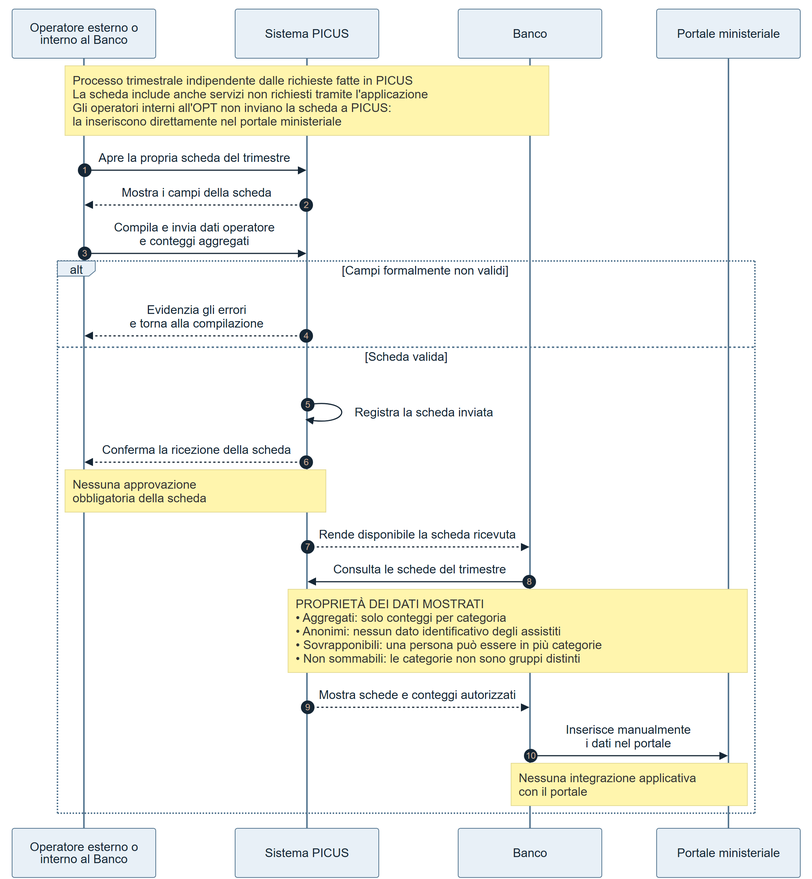
Pinguini-alla-Fragola/Progetto-SAD keeps this Mermaid diagram as docs/requirements/diagrams/to-be/TOBE-02-rendicontazione.png. Above is the earlier version. Its source is kept beside it as docs/requirements/diagrams/to-be/TOBE-02-rendicontazione.mmd.
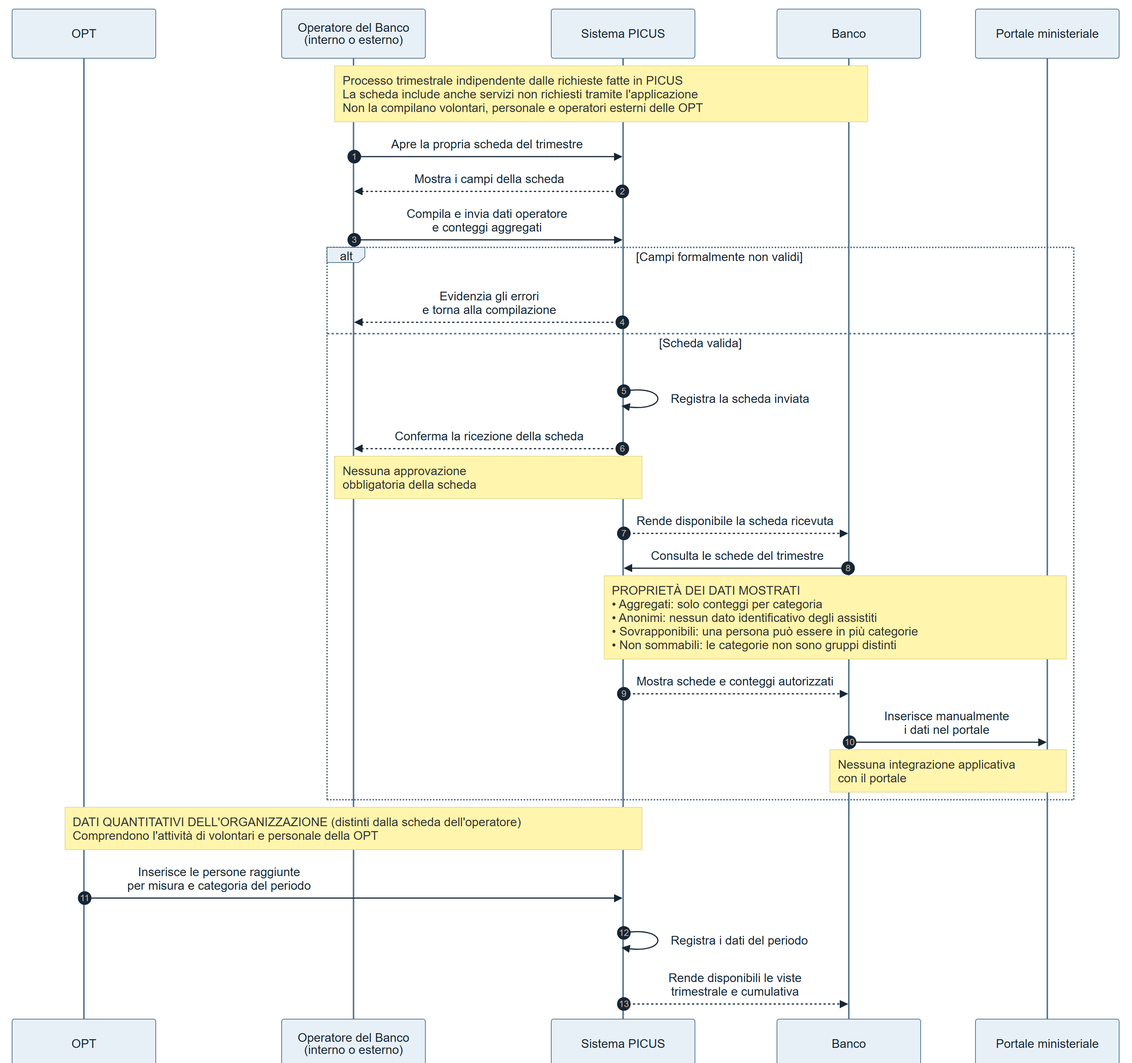
After the change.

The edit, as a diff of the source:
```diff
@@ -5,12 +5,13 @@
 ---
 sequenceDiagram
     autonumber
-    participant O as Operatore esterno o interno al Banco
+    participant R as OPT
+    participant O as Operatore del Banco<br/>(interno o esterno)
     participant S as Sistema PICUS
     participant B as Banco
     participant M as Portale ministeriale
 
-    Note over O,B: Processo trimestrale indipendente dalle richieste fatte in PICUS<br/>La scheda include anche servizi non richiesti tramite l'applicazione<br/>Gli operatori interni all'OPT non inviano la scheda a PICUS:<br/>la inseriscono direttamente nel portale ministeriale
+    Note over O,B: Processo trimestrale indipendente dalle richieste fatte in PICUS<br/>La scheda include anche servizi non richiesti tramite l'applicazione<br/>Non la compilano volontari, personale e operatori esterni delle OPT
     O->>S: Apre la propria scheda del trimestre
     S-->>O: Mostra i campi della scheda
     O->>S: Compila e invia dati operatore<br/>e conteggi aggregati
@@ -27,3 +28,7 @@
         B->>M: Inserisce manualmente<br/>i dati nel portale
         Note over B,M: Nessuna integrazione applicativa<br/>con il portale
     end
+    Note over R,S: DATI QUANTITATIVI DELL'ORGANIZZAZIONE (distinti dalla scheda dell'operatore)<br/>Comprendono l'attività di volontari e personale della OPT
+    R->>S: Inserisce le persone raggiunte<br/>per misura e categoria del periodo
+    S->>S: Registra i dati del periodo
+    S-->>B: Rende disponibili le viste<br/>trimestrale e cumulativa
```
